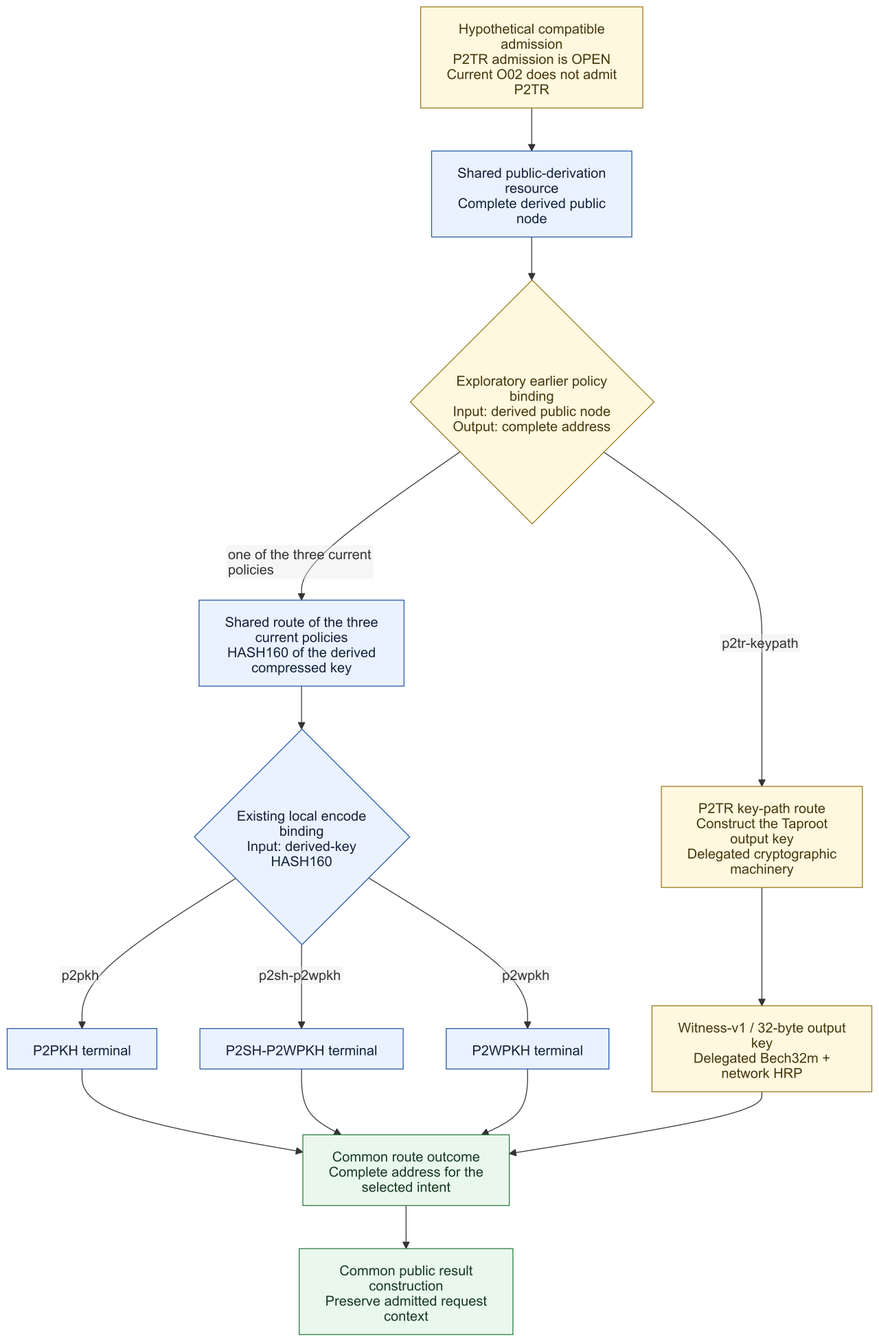
This is docs/pips/PIP-0003/M05/diagrams/taproot-policy-divergence.png from lucas-rosa95/paycrypto-me-primitives-php, a Mermaid export, as it was before one commit. Its source is kept beside it as docs/pips/PIP-0003/M05/diagrams/taproot-policy-divergence.mmd.
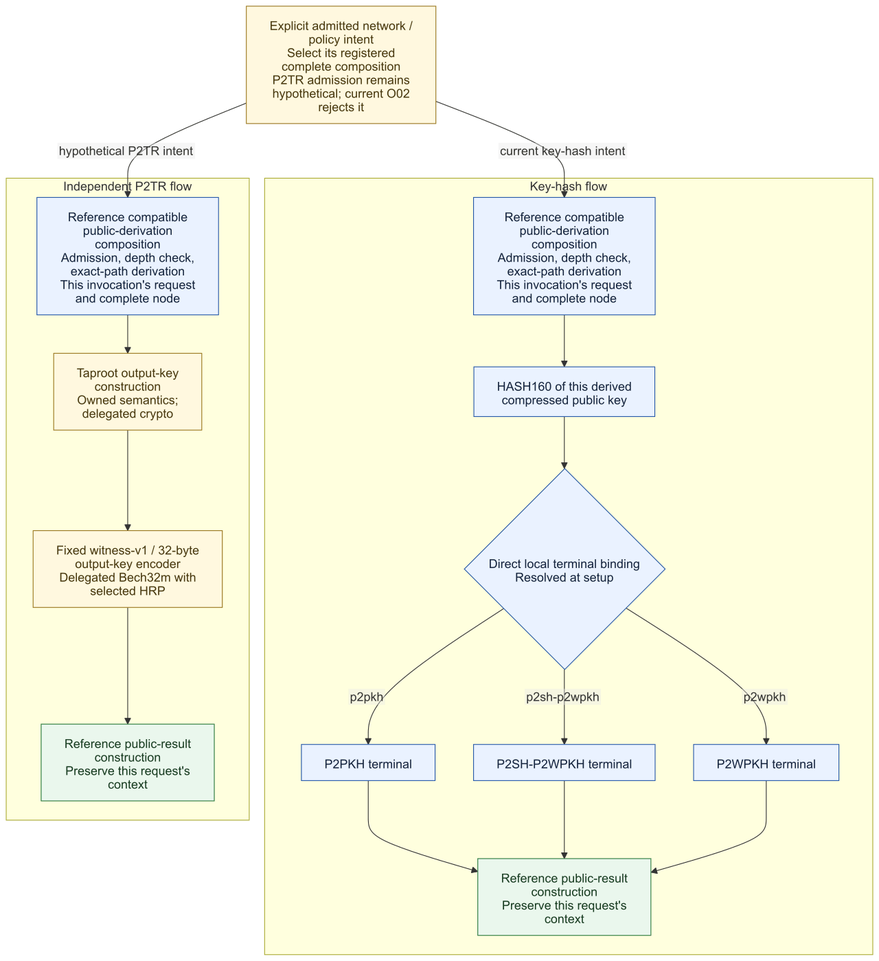
Above is the later version.

Commit message:
docs: consolidate C1 with independent policy flow declarations

The edit, as a diff of the source:
```diff
@@ -4,35 +4,36 @@
   flowchart:
     htmlLabels: false
 ---
-flowchart TD
-    admitted["Hypothetical compatible admission<br/>P2TR admission is OPEN<br/>Current O02 does not admit P2TR"]
-    derive["Shared public-derivation resource<br/>Complete derived public node"]
-    route{"Exploratory earlier policy binding<br/>Input: derived public node<br/>Output: complete address"}
-    hash["Shared route of the three current policies<br/>HASH160 of the derived compressed key"]
-    encode{"Existing local encode binding<br/>Input: derived-key HASH160"}
-    pkh["P2PKH terminal"]
-    nested["P2SH-P2WPKH terminal"]
-    native["P2WPKH terminal"]
-    outputkey["P2TR key-path route<br/>Construct the Taproot output key<br/>Delegated cryptographic machinery"]
-    v1["Witness-v1 / 32-byte output key<br/>Delegated Bech32m + network HRP"]
-    address["Common route outcome<br/>Complete address for the selected intent"]
-    result["Common public result construction<br/>Preserve admitted request context"]
-    admitted --> derive --> route
-    route -->|one of the three current policies| hash
-    hash --> encode
-    encode -->|p2pkh| pkh
-    encode -->|p2sh-p2wpkh| nested
-    encode -->|p2wpkh| native
-    route -->|p2tr-keypath| outputkey
-    outputkey --> v1
-    pkh --> address
-    nested --> address
-    native --> address
-    v1 --> address
-    address --> result
-    classDef existing fill:#eaf2ff,stroke:#2456a6,color:#14233b
+flowchart TB
+    intent["Explicit admitted network / policy intent<br/>Select its registered complete composition<br/>P2TR admission remains hypothetical; current O02 rejects it"]
+    subgraph current["Key-hash flow"]
+        prepare["Reference compatible public-derivation composition<br/>Admission, depth check, exact-path derivation<br/>This invocation's request and complete node"]
+        hash["HASH160 of this derived compressed public key"]
+        terminal{"Direct local terminal binding<br/>Resolved at setup"}
+        pkh["P2PKH terminal"]
+        nested["P2SH-P2WPKH terminal"]
+        native["P2WPKH terminal"]
+        result["Reference public-result construction<br/>Preserve this request's context"]
+        prepare --> hash --> terminal
+        terminal -->|p2pkh| pkh
+        terminal -->|p2sh-p2wpkh| nested
+        terminal -->|p2wpkh| native
+        pkh --> result
+        nested --> result
+        native --> result
+    end
+    subgraph taproot["Independent P2TR flow"]
+        tprepare["Reference compatible public-derivation composition<br/>Admission, depth check, exact-path derivation<br/>This invocation's request and complete node"]
+        outputkey["Taproot output-key construction<br/>Owned semantics; delegated crypto"]
+        encode["Fixed witness-v1 / 32-byte output-key encoder<br/>Delegated Bech32m with selected HRP"]
+        tresult["Reference public-result construction<br/>Preserve this request's context"]
+        tprepare --> outputkey --> encode --> tresult
+    end
+    intent -->|current key-hash intent| prepare
+    intent -->|hypothetical P2TR intent| tprepare
+    classDef resource fill:#eaf2ff,stroke:#2456a6,color:#14233b
     classDef open fill:#fff8df,stroke:#98751c,color:#47380e
     classDef outcome fill:#eaf7ed,stroke:#28783b,color:#173b20
-    class derive,hash,encode,pkh,nested,native existing
-    class admitted,route,outputkey,v1 open
-    class address,result outcome
+    class prepare,tprepare,hash,terminal,pkh,nested,native resource
+    class intent,outputkey,encode open
+    class result,tresult outcome
```
